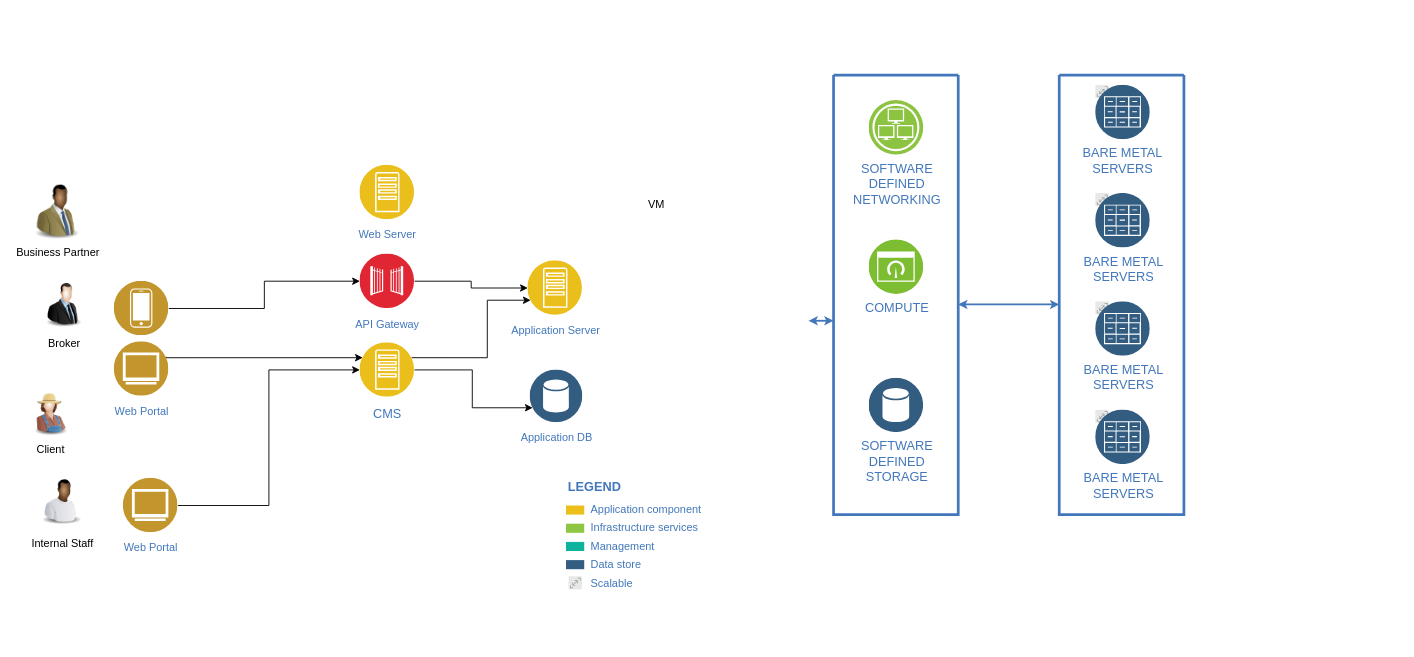
This is Bravo_Architecture.drawio from whalebig27/change-request-process-diagram, a draw.io file, before an edit. Source tidied: cells renumbered, new cells numbered last; positions are measured from the earlier drawing's top-left corner, leaving out a move shared by most shapes. Both pictures are drawn from the tidied source at 91%, with x=0, y=0 at pixel (27, 23).
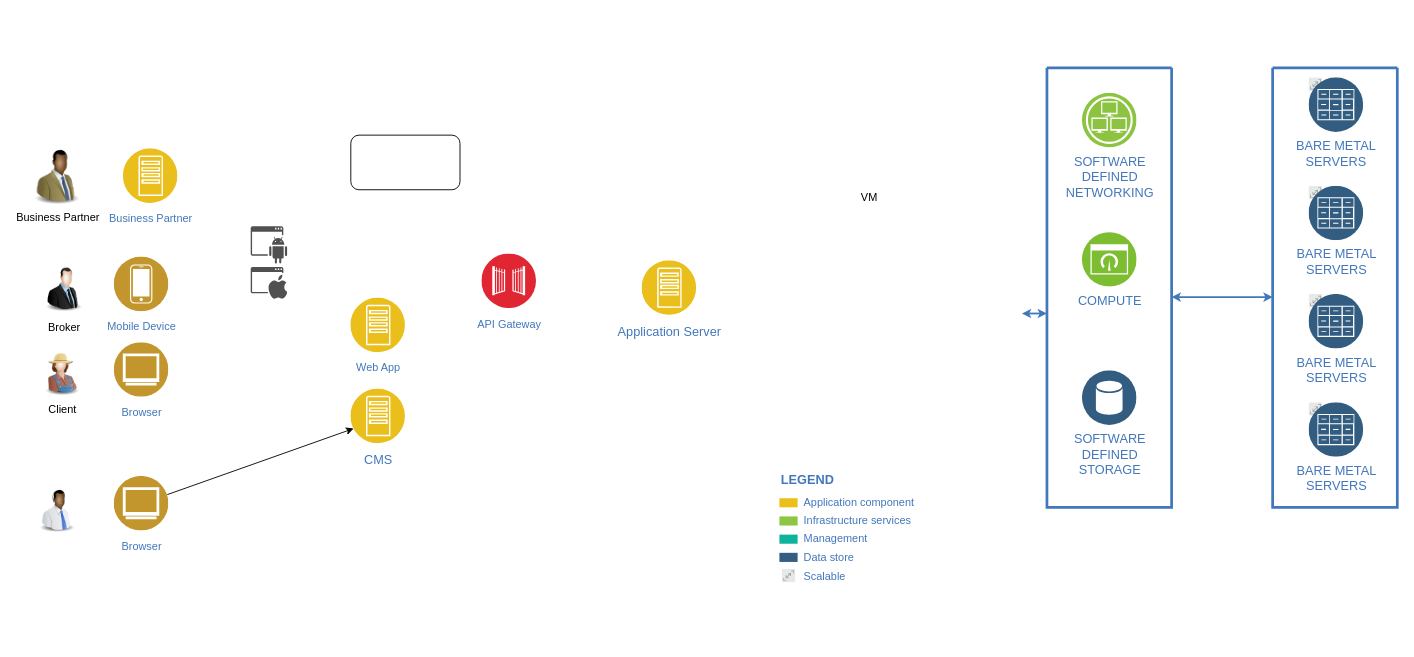
The same page after the edit.

The edit, as a diff of the source:
```diff
@@
     <mxCell id="2" style="swimlane;shadow=0;strokeColor=none;fillColor=#ffffff;fontColor=#4277BB;align=right;startSize=0;strokeWidth=3;" parent="1" vertex="1">
-      <mxGeometry x="570.5" width="841" height="680" as="geometry" />
+      <mxGeometry x="805" y="-8" width="650" height="680" as="geometry" />
     </mxCell>
@@
-    <mxCell id="29" style="edgeStyle=orthogonalEdgeStyle;rounded=0;jettySize=auto;html=1;entryX=0;entryY=0.75;entryDx=0;entryDy=0;" parent="1" edge="1" source="31" target="44">
-      <mxGeometry relative="1" as="geometry" />
-    </mxCell>
-    <mxCell id="30" style="edgeStyle=orthogonalEdgeStyle;rounded=0;jettySize=auto;html=1;entryX=0;entryY=0.75;entryDx=0;entryDy=0;exitX=1;exitY=0.25;exitDx=0;exitDy=0;" parent="1" edge="1" source="31" target="43">
-      <mxGeometry relative="1" as="geometry">
-        <Array as="points">
-          <mxPoint x="505" y="368" />
-          <mxPoint x="505" y="304" />
-        </Array>
-      </mxGeometry>
-    </mxCell>
     <mxCell id="31" value="&lt;font style=&quot;font-size: 14px&quot;&gt;CMS&lt;/font&gt;" style="perimeter=ellipsePerimeter;html=1;align=center;shadow=0;dashed=0;fontColor=#4277BB;labelBackgroundColor=#ffffff;fontSize=12;spacingTop=3;image;image=img/lib/ibm/applications/app_server.svg;" parent="1" vertex="1">
-      <mxGeometry x="365" y="351" width="60" height="60" as="geometry" />
+      <mxGeometry x="355" y="402" width="60" height="60" as="geometry" />
     </mxCell>
-    <mxCell id="32" value="Web Server" style="perimeter=ellipsePerimeter;html=1;align=center;shadow=0;dashed=0;fontColor=#4277BB;labelBackgroundColor=#ffffff;fontSize=12;spacingTop=3;image;image=img/lib/ibm/applications/app_server.svg;" parent="1" vertex="1">
-      <mxGeometry x="365" y="156" width="60" height="60" as="geometry" />
+    <mxCell id="32" value="Web App" style="perimeter=ellipsePerimeter;html=1;align=center;shadow=0;dashed=0;fontColor=#4277BB;labelBackgroundColor=#ffffff;fontSize=12;spacingTop=3;image;image=img/lib/ibm/applications/app_server.svg;" parent="1" vertex="1">
+      <mxGeometry x="355" y="302" width="60" height="60" as="geometry" />
     </mxCell>
-    <mxCell id="33" style="edgeStyle=orthogonalEdgeStyle;rounded=0;jettySize=auto;html=1;entryX=0;entryY=0.5;entryDx=0;entryDy=0;" parent="1" edge="1" source="35" target="38">
-      <mxGeometry relative="1" as="geometry" />
-    </mxCell>
+    <mxCell id="35" value="Mobile Device" style="perimeter=ellipsePerimeter;html=1;align=center;shadow=0;dashed=0;fontColor=#4277BB;labelBackgroundColor=#ffffff;fontSize=12;spacingTop=3;image;image=img/lib/ibm/users/device.svg;" parent="1" vertex="1">
+      <mxGeometry x="95" y="257" width="60" height="60" as="geometry" />
+    </mxCell>
-    <mxCell id="34" style="edgeStyle=orthogonalEdgeStyle;rounded=0;jettySize=auto;html=1;exitX=1;exitY=0.25;exitDx=0;exitDy=0;entryX=0;entryY=0.25;entryDx=0;entryDy=0;" parent="1" edge="1" source="36" target="31">
-      <mxGeometry relative="1" as="geometry">
-        <Array as="points">
-          <mxPoint x="152" y="368" />
-        </Array>
-      </mxGeometry>
+    <mxCell id="34" style="rounded=0;jettySize=auto;html=1;entryX=0;entryY=0.75;entryDx=0;entryDy=0;" parent="1" edge="1" source="36" target="31">
+      <mxGeometry relative="1" as="geometry" />
     </mxCell>
-    <mxCell id="35" style="perimeter=ellipsePerimeter;html=1;align=center;shadow=0;dashed=0;fontColor=#4277BB;labelBackgroundColor=#ffffff;fontSize=12;spacingTop=3;image;image=img/lib/ibm/users/device.svg;" parent="1" vertex="1">
-      <mxGeometry x="95" y="283.5" width="60" height="60" as="geometry" />
-    </mxCell>
-    <mxCell id="36" value="Web Portal" style="perimeter=ellipsePerimeter;html=1;align=center;shadow=0;dashed=0;fontColor=#4277BB;labelBackgroundColor=#ffffff;fontSize=12;spacingTop=3;image;image=img/lib/ibm/users/browser.svg;" parent="1" vertex="1">
-      <mxGeometry x="95" y="350" width="60" height="60" as="geometry" />
+    <mxCell id="36" value="Browser" style="perimeter=ellipsePerimeter;html=1;align=center;shadow=0;dashed=0;fontColor=#4277BB;labelBackgroundColor=#ffffff;fontSize=12;spacingTop=3;image;image=img/lib/ibm/users/browser.svg;" parent="1" vertex="1">
+      <mxGeometry x="95" y="498" width="60" height="60" as="geometry" />
     </mxCell>
-    <mxCell id="37" style="edgeStyle=orthogonalEdgeStyle;rounded=0;jettySize=auto;html=1;" parent="1" edge="1" source="38" target="43">
-      <mxGeometry relative="1" as="geometry" />
-    </mxCell>
     <mxCell id="38" value="API Gateway" style="perimeter=ellipsePerimeter;html=1;align=center;shadow=0;dashed=0;fontColor=#4277BB;labelBackgroundColor=#ffffff;fontSize=12;spacingTop=3;image;image=img/lib/ibm/security/gateway.svg;" parent="1" vertex="1">
-      <mxGeometry x="365" y="253.5" width="60" height="60" as="geometry" />
+      <mxGeometry x="499" y="253.5" width="60" height="60" as="geometry" />
     </mxCell>
     <mxCell id="39" value="Broker" style="image;html=1;labelBackgroundColor=#ffffff;image=img/lib/clip_art/people/Suit_Man_128x128.png;" parent="1" vertex="1">
-      <mxGeometry x="15" y="281" width="50" height="57" as="geometry" />
+      <mxGeometry x="15" y="264" width="50" height="57" as="geometry" />
     </mxCell>
     <mxCell id="40" value="Client" style="image;html=1;labelBackgroundColor=#ffffff;image=img/lib/clip_art/people/Farmer_Woman_128x128.png;" parent="1" vertex="1">
-      <mxGeometry y="402" width="50" height="53" as="geometry" />
+      <mxGeometry x="12.5" y="358" width="50" height="53" as="geometry" />
     </mxCell>
     <mxCell id="41" value="Business Partner" style="image;html=1;labelBackgroundColor=#ffffff;image=img/lib/clip_art/people/Suit_Man_Green_Black_128x128.png;" parent="1" vertex="1">
-      <mxGeometry y="176" width="65" height="62" as="geometry" />
+      <mxGeometry y="138" width="65" height="62" as="geometry" />
     </mxCell>
-    <mxCell id="42" value="Internal Staff" style="image;html=1;labelBackgroundColor=#ffffff;image=img/lib/clip_art/people/Worker_Black_128x128.png;" parent="1" vertex="1">
-      <mxGeometry x="10" y="490" width="55" height="68" as="geometry" />
-    </mxCell>
+    <mxCell id="47" style="image;html=1;labelBackgroundColor=#ffffff;image=img/lib/clip_art/people/Telesales_Man_Black_128x128.png;" parent="1" vertex="1">
+      <mxGeometry x="2.5" y="512" width="60" height="48" as="geometry" />
+    </mxCell>
+    <mxCell id="48" value="&lt;font style=&quot;font-size: 12px&quot;&gt;Business Partner&lt;/font&gt;" style="perimeter=ellipsePerimeter;html=1;align=center;shadow=0;dashed=0;fontColor=#4277BB;labelBackgroundColor=#ffffff;fontSize=12;spacingTop=3;image;image=img/lib/ibm/applications/app_server.svg;" parent="1" vertex="1">
+      <mxGeometry x="105" y="138" width="60" height="60" as="geometry" />
+    </mxCell>
+    <mxCell id="49" value="Browser" style="perimeter=ellipsePerimeter;html=1;align=center;shadow=0;dashed=0;fontColor=#4277BB;labelBackgroundColor=#ffffff;fontSize=12;spacingTop=3;image;image=img/lib/ibm/users/browser.svg;" parent="1" vertex="1">
+      <mxGeometry x="95" y="351" width="60" height="60" as="geometry" />
+    </mxCell>
+    <mxCell id="50" style="shadow=0;dashed=0;html=1;strokeColor=none;fillColor=#505050;labelPosition=center;verticalLabelPosition=bottom;verticalAlign=top;align=center;shape=mxgraph.office.concepts.application_android;" parent="1" vertex="1">
+      <mxGeometry x="245" y="223" width="40" height="41" as="geometry" />
+    </mxCell>
+    <mxCell id="51" style="shadow=0;dashed=0;html=1;strokeColor=none;fillColor=#505050;labelPosition=center;verticalLabelPosition=bottom;verticalAlign=top;align=center;shape=mxgraph.office.concepts.application_ios;" parent="1" vertex="1">
+      <mxGeometry x="245" y="268" width="40" height="35" as="geometry" />
+    </mxCell>
+    <mxCell id="52" style="rounded=1;whiteSpace=wrap;html=1;" parent="1" vertex="1">
+      <mxGeometry x="355" y="123" width="120" height="60" as="geometry" />
+    </mxCell>
-    <mxCell id="43" value="Application Server" style="perimeter=ellipsePerimeter;html=1;align=center;shadow=0;dashed=0;fontColor=#4277BB;labelBackgroundColor=#ffffff;fontSize=12;spacingTop=3;image;image=img/lib/ibm/applications/app_server.svg;" parent="1" vertex="1">
-      <mxGeometry x="549.5" y="261" width="60" height="60" as="geometry" />
+    <mxCell id="43" value="&lt;font style=&quot;font-size: 14px&quot;&gt;Application Server&lt;/font&gt;" style="perimeter=ellipsePerimeter;html=1;align=center;shadow=0;dashed=0;fontColor=#4277BB;labelBackgroundColor=#ffffff;fontSize=12;spacingTop=3;image;image=img/lib/ibm/applications/app_server.svg;" parent="1" vertex="1">
+      <mxGeometry x="675" y="261" width="60" height="60" as="geometry" />
     </mxCell>
-    <mxCell id="44" value="Application DB" style="perimeter=ellipsePerimeter;html=1;align=center;shadow=0;dashed=0;fontColor=#4277BB;labelBackgroundColor=#ffffff;fontSize=12;spacingTop=3;image;image=img/lib/ibm/data/data_services.svg;" parent="1" vertex="1">
-      <mxGeometry x="552" y="381" width="58" height="58" as="geometry" />
-    </mxCell>
-    <mxCell id="45" style="edgeStyle=orthogonalEdgeStyle;rounded=0;jettySize=auto;html=1;entryX=0;entryY=0.5;entryDx=0;entryDy=0;" parent="1" edge="1" source="46" target="31">
-      <mxGeometry relative="1" as="geometry" />
-    </mxCell>
-    <mxCell id="46" value="Web Portal" style="perimeter=ellipsePerimeter;html=1;align=center;shadow=0;dashed=0;fontColor=#4277BB;labelBackgroundColor=#ffffff;fontSize=12;spacingTop=3;image;image=img/lib/ibm/users/browser.svg;" parent="1" vertex="1">
-      <mxGeometry x="105" y="500" width="60" height="60" as="geometry" />
-    </mxCell>
```
